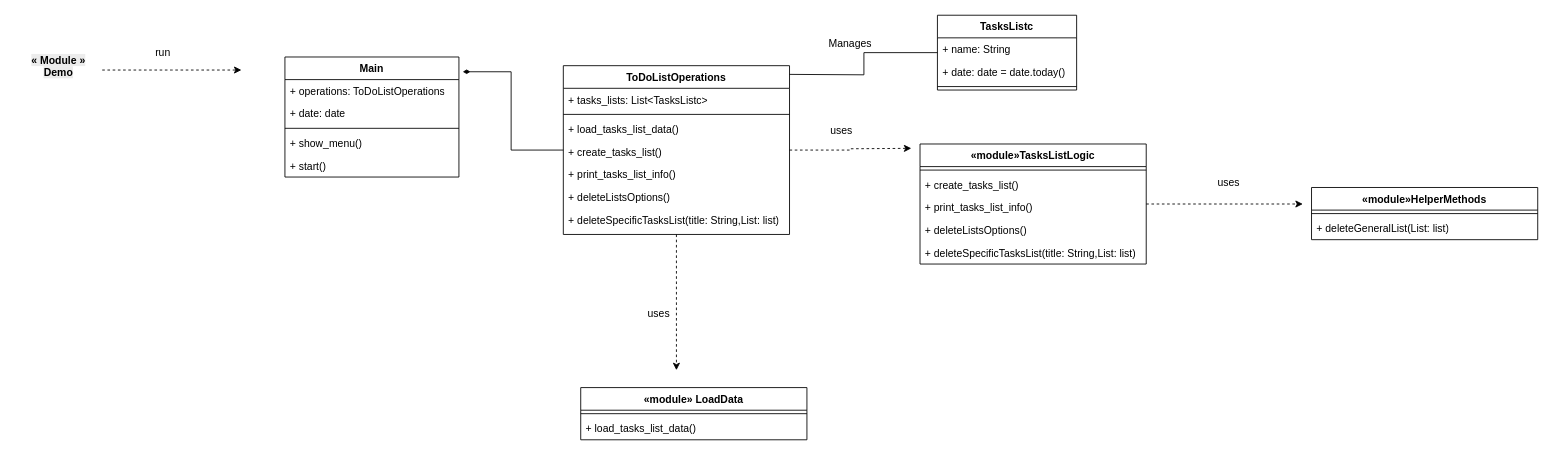
Before: page "UML Class Diagram" (6 of 6) of ToDoList App.drawio in AbdallahDaradkeh-1/ToDoList-App, a draw.io diagram. Source tidied: cells renumbered, new cells numbered last; positions are measured from the earlier drawing's top-left corner, leaving out a move shared by most shapes. Both pictures are drawn from the tidied source at 87%, with x=0, y=0 at pixel (15, 15).
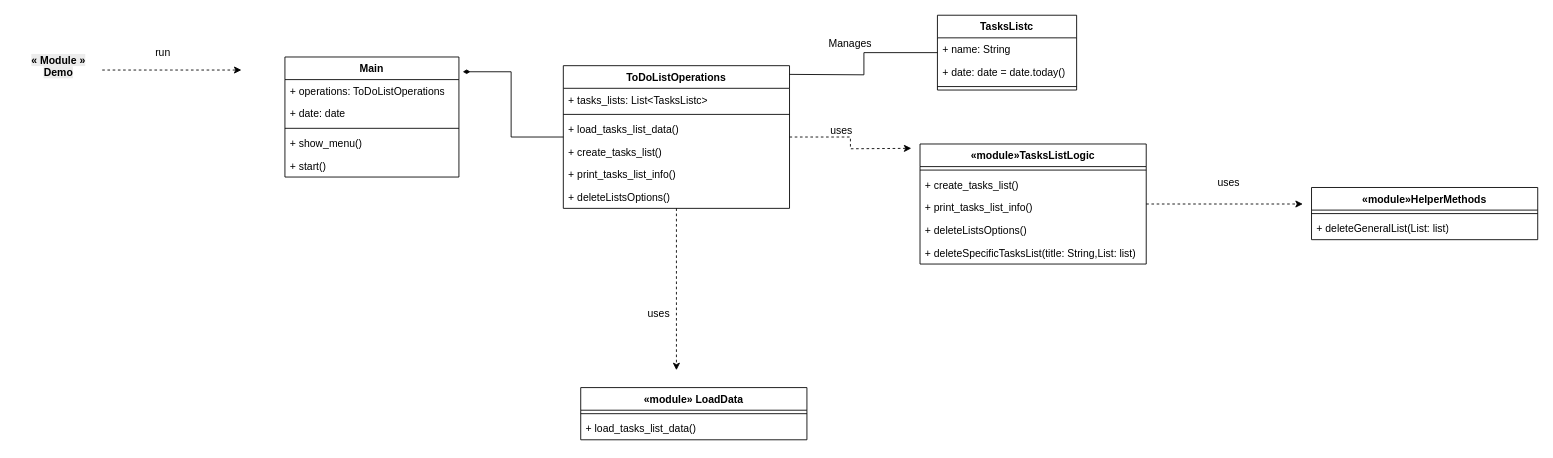
After the change.

Diff of the diagram source:
```diff
@@
     <mxCell id="4" value="&lt;span style=&quot;&quot;&gt;ToDoListOperations&lt;/span&gt;" style="swimlane;fontStyle=1;align=center;verticalAlign=top;horizontal=1;startSize=26;whiteSpace=wrap;html=1;" parent="1" vertex="1">
-      <mxGeometry x="630" y="58" width="260" height="194" as="geometry" />
+      <mxGeometry x="630" y="58" width="260" height="164" as="geometry" />
     </mxCell>
@@
-    <mxCell id="11" value="+ deleteSpecificTasksList(title: String,List: list)" style="text;strokeColor=none;fillColor=none;align=left;verticalAlign=top;spacingLeft=4;spacingRight=4;overflow=hidden;whiteSpace=wrap;html=1;" parent="4" vertex="1">
-      <mxGeometry y="164" width="260" height="30" as="geometry" />
-    </mxCell>
```
